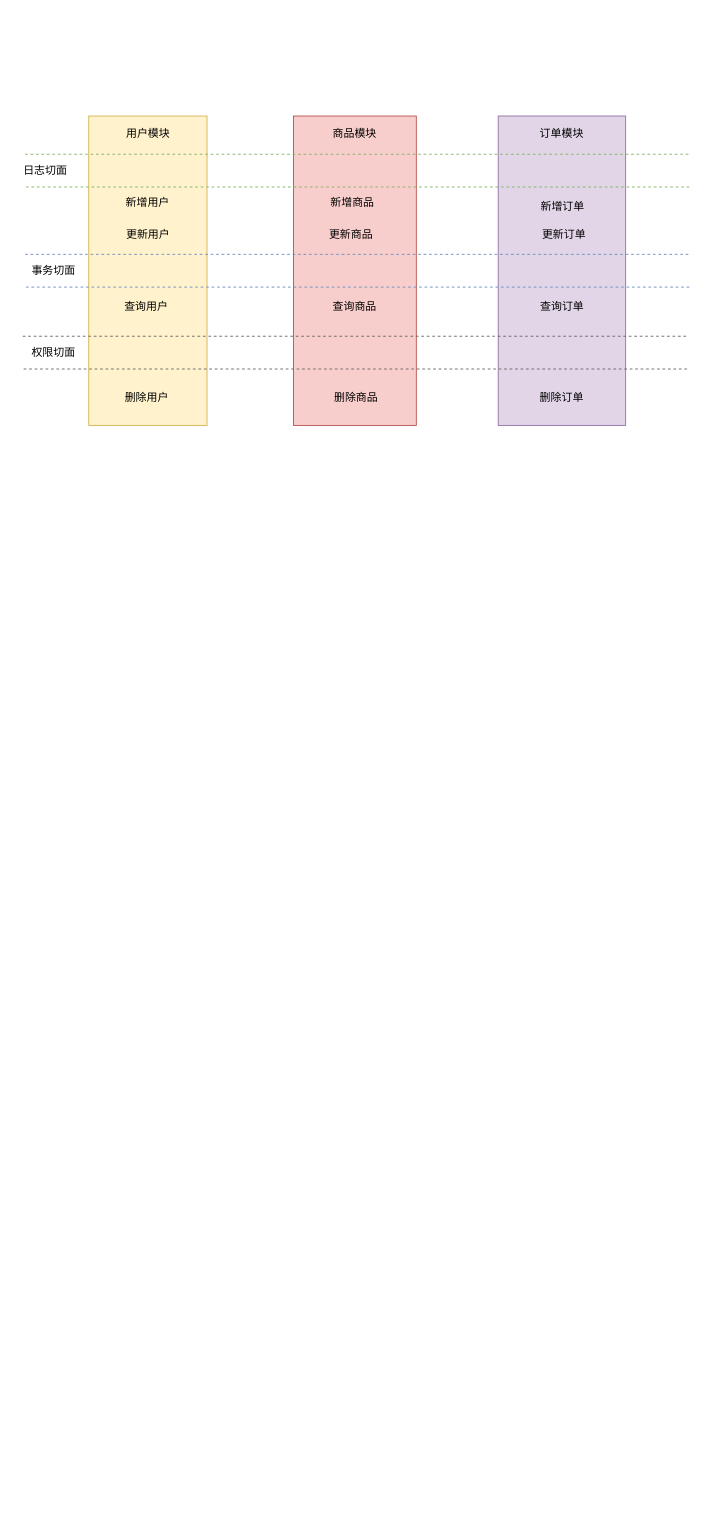
Before: Aop.drawio in chuzhonglingyan/draw-io, a draw.io diagram. Source tidied: cells renumbered, new cells numbered last; positions are measured from the earlier drawing's top-left corner, leaving out a move shared by most shapes. Both pictures are drawn from the tidied source at 91%, with x=0, y=0 at pixel (15, 116).
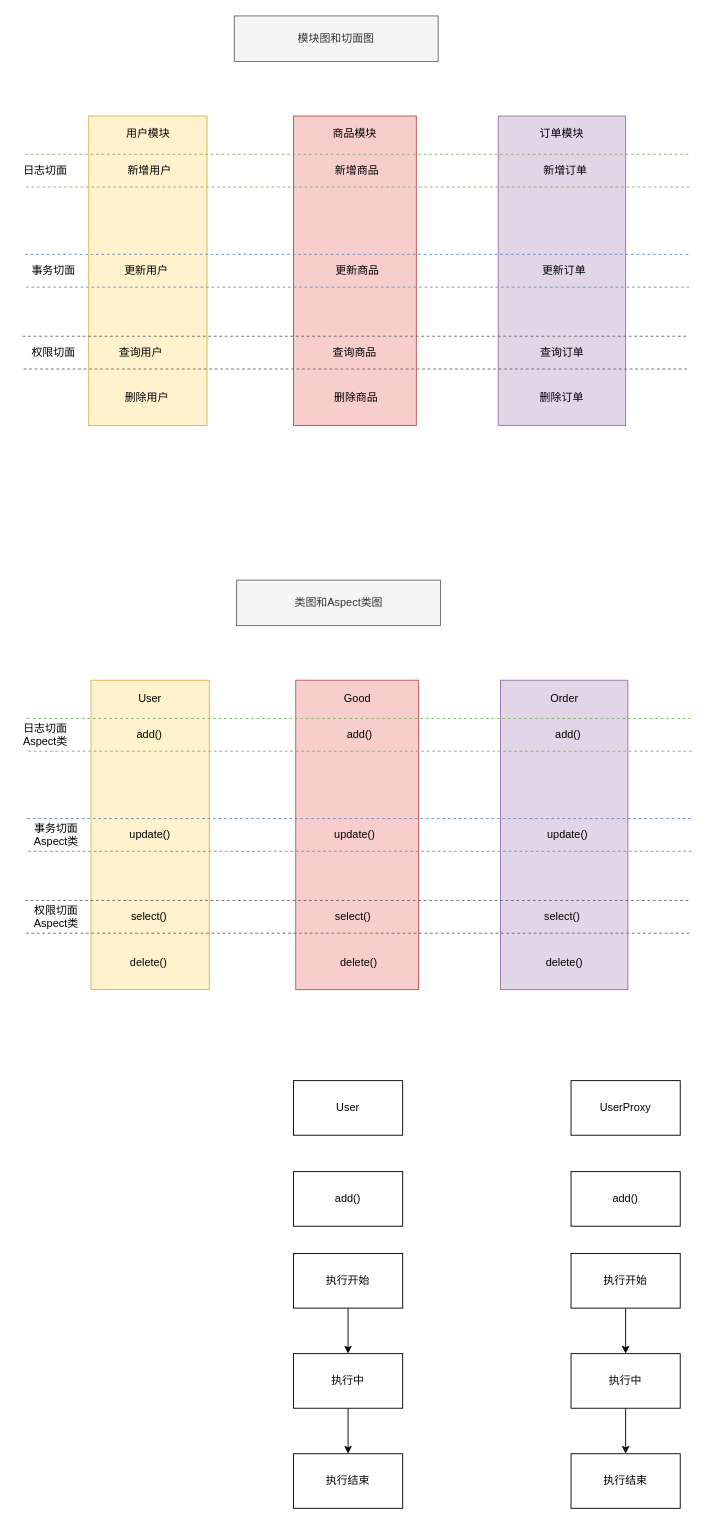
The same diagram, later.

Diff of the diagram source:
```diff
@@
     <mxCell id="14" value="新增用户" style="text;html=1;strokeColor=none;fillColor=none;align=center;verticalAlign=middle;whiteSpace=wrap;rounded=0;dashed=1;" parent="1" vertex="1">
-      <mxGeometry x="114" y="85" width="62" height="20" as="geometry" />
+      <mxGeometry x="115.5" y="50" width="62" height="20" as="geometry" />
     </mxCell>
     <mxCell id="15" value="更新用户" style="text;html=1;strokeColor=none;fillColor=none;align=center;verticalAlign=middle;whiteSpace=wrap;rounded=0;dashed=1;" parent="1" vertex="1">
-      <mxGeometry x="112.5" y="120" width="65" height="20" as="geometry" />
+      <mxGeometry x="111" y="160" width="65" height="20" as="geometry" />
     </mxCell>
     <mxCell id="16" value="查询用户" style="text;html=1;strokeColor=none;fillColor=none;align=center;verticalAlign=middle;whiteSpace=wrap;rounded=0;dashed=1;" parent="1" vertex="1">
-      <mxGeometry x="117" y="200" width="53" height="20" as="geometry" />
+      <mxGeometry x="111" y="250" width="53" height="20" as="geometry" />
     </mxCell>
@@
     <mxCell id="18" value="新增商品" style="text;html=1;strokeColor=none;fillColor=none;align=center;verticalAlign=middle;whiteSpace=wrap;rounded=0;dashed=1;" parent="1" vertex="1">
-      <mxGeometry x="339" y="85" width="62" height="20" as="geometry" />
+      <mxGeometry x="344" y="50" width="62" height="20" as="geometry" />
     </mxCell>
     <mxCell id="19" value="更新商品" style="text;html=1;strokeColor=none;fillColor=none;align=center;verticalAlign=middle;whiteSpace=wrap;rounded=0;dashed=1;" parent="1" vertex="1">
-      <mxGeometry x="336" y="120" width="65" height="20" as="geometry" />
+      <mxGeometry x="342.5" y="160" width="65" height="20" as="geometry" />
     </mxCell>
     <mxCell id="20" value="查询商品" style="text;html=1;strokeColor=none;fillColor=none;align=center;verticalAlign=middle;whiteSpace=wrap;rounded=0;dashed=1;" parent="1" vertex="1">
-      <mxGeometry x="346" y="200" width="53" height="20" as="geometry" />
+      <mxGeometry x="346" y="250" width="53" height="20" as="geometry" />
     </mxCell>
@@
     <mxCell id="22" value="新增订单" style="text;html=1;strokeColor=none;fillColor=none;align=center;verticalAlign=middle;whiteSpace=wrap;rounded=0;dashed=1;" parent="1" vertex="1">
-      <mxGeometry x="570" y="90" width="62" height="20" as="geometry" />
+      <mxGeometry x="573" y="50" width="62" height="20" as="geometry" />
     </mxCell>
     <mxCell id="23" value="更新订单" style="text;html=1;strokeColor=none;fillColor=none;align=center;verticalAlign=middle;whiteSpace=wrap;rounded=0;dashed=1;" parent="1" vertex="1">
-      <mxGeometry x="570" y="120" width="65" height="20" as="geometry" />
+      <mxGeometry x="570" y="160" width="65" height="20" as="geometry" />
     </mxCell>
     <mxCell id="24" value="查询订单" style="text;html=1;strokeColor=none;fillColor=none;align=center;verticalAlign=middle;whiteSpace=wrap;rounded=0;dashed=1;" parent="1" vertex="1">
-      <mxGeometry x="573.5" y="200" width="53" height="20" as="geometry" />
+      <mxGeometry x="573.5" y="250" width="53" height="20" as="geometry" />
     </mxCell>
@@
+    <mxCell id="26" value="模块图和切面图" style="rounded=0;whiteSpace=wrap;html=1;fillColor=#f5f5f5;strokeColor=#666666;fontColor=#333333;" parent="1" vertex="1">
+      <mxGeometry x="240" y="-110" width="224" height="50" as="geometry" />
+    </mxCell>
+    <mxCell id="27" style="rounded=0;whiteSpace=wrap;html=1;fillColor=#fff2cc;strokeColor=#d6b656;" parent="1" vertex="1">
+      <mxGeometry x="82.5" y="620" width="130" height="340" as="geometry" />
+    </mxCell>
+    <mxCell id="28" style="rounded=0;whiteSpace=wrap;html=1;fillColor=#f8cecc;strokeColor=#b85450;" parent="1" vertex="1">
+      <mxGeometry x="307.5" y="620" width="135" height="340" as="geometry" />
+    </mxCell>
+    <mxCell id="29" style="rounded=0;whiteSpace=wrap;html=1;fillColor=#e1d5e7;strokeColor=#9673a6;" parent="1" vertex="1">
+      <mxGeometry x="532.5" y="620" width="140" height="340" as="geometry" />
+    </mxCell>
+    <mxCell id="30" style="shape=link;html=1;width=36;dashed=1;fillColor=#d5e8d4;strokeColor=#82b366;" parent="1" edge="1">
+      <mxGeometry relative="1" as="geometry">
+        <mxPoint x="12.5" y="680" as="sourcePoint" />
+        <mxPoint x="742.5" y="680" as="targetPoint" />
+      </mxGeometry>
+    </mxCell>
+    <mxCell id="31" style="shape=link;html=1;width=36;dashed=1;fillColor=#dae8fc;strokeColor=#6c8ebf;" parent="1" edge="1">
+      <mxGeometry relative="1" as="geometry">
+        <mxPoint x="12.5" y="790" as="sourcePoint" />
+        <mxPoint x="742.5" y="790" as="targetPoint" />
+      </mxGeometry>
+    </mxCell>
+    <mxCell id="32" style="shape=link;html=1;width=36;dashed=1;fillColor=#f5f5f5;strokeColor=#666666;" parent="1" edge="1">
+      <mxGeometry relative="1" as="geometry">
+        <mxPoint x="10" y="880" as="sourcePoint" />
+        <mxPoint x="740" y="880" as="targetPoint" />
+      </mxGeometry>
+    </mxCell>
+    <mxCell id="33" value="日志切面Aspect类" style="text;html=1;strokeColor=none;fillColor=none;align=center;verticalAlign=middle;whiteSpace=wrap;rounded=0;dashed=1;" parent="1" vertex="1">
+      <mxGeometry y="670" width="65" height="20" as="geometry" />
+    </mxCell>
+    <mxCell id="34" value="&lt;div&gt;事务切面&lt;/div&gt;&lt;div&gt;Aspect类&lt;/div&gt;" style="text;html=1;strokeColor=none;fillColor=none;align=center;verticalAlign=middle;whiteSpace=wrap;rounded=0;dashed=1;" parent="1" vertex="1">
+      <mxGeometry x="15.5" y="780" width="57" height="20" as="geometry" />
+    </mxCell>
+    <mxCell id="35" value="&lt;div&gt;权限切面&lt;/div&gt;&lt;div&gt;Aspect类&lt;/div&gt;" style="text;html=1;strokeColor=none;fillColor=none;align=center;verticalAlign=middle;whiteSpace=wrap;rounded=0;dashed=1;" parent="1" vertex="1">
+      <mxGeometry x="15.5" y="870" width="57" height="20" as="geometry" />
+    </mxCell>
+    <mxCell id="36" value="User" style="text;html=1;strokeColor=none;fillColor=none;align=center;verticalAlign=middle;whiteSpace=wrap;rounded=0;dashed=1;" parent="1" vertex="1">
+      <mxGeometry x="120" y="630" width="55" height="20" as="geometry" />
+    </mxCell>
+    <mxCell id="37" value="Good" style="text;html=1;strokeColor=none;fillColor=none;align=center;verticalAlign=middle;whiteSpace=wrap;rounded=0;dashed=1;" parent="1" vertex="1">
+      <mxGeometry x="341.5" y="630" width="67" height="20" as="geometry" />
+    </mxCell>
+    <mxCell id="38" value="Order" style="text;html=1;strokeColor=none;fillColor=none;align=center;verticalAlign=middle;whiteSpace=wrap;rounded=0;dashed=1;" parent="1" vertex="1">
+      <mxGeometry x="572.5" y="630" width="60" height="20" as="geometry" />
+    </mxCell>
+    <mxCell id="39" value="add()" style="text;html=1;strokeColor=none;fillColor=none;align=center;verticalAlign=middle;whiteSpace=wrap;rounded=0;dashed=1;" parent="1" vertex="1">
+      <mxGeometry x="115.5" y="670" width="62" height="20" as="geometry" />
+    </mxCell>
+    <mxCell id="40" value="update()" style="text;html=1;strokeColor=none;fillColor=none;align=center;verticalAlign=middle;whiteSpace=wrap;rounded=0;dashed=1;" parent="1" vertex="1">
+      <mxGeometry x="115" y="780" width="65" height="20" as="geometry" />
+    </mxCell>
+    <mxCell id="41" value="select()" style="text;html=1;strokeColor=none;fillColor=none;align=center;verticalAlign=middle;whiteSpace=wrap;rounded=0;dashed=1;" parent="1" vertex="1">
+      <mxGeometry x="119.5" y="870" width="53" height="20" as="geometry" />
+    </mxCell>
+    <mxCell id="42" value="delete()" style="text;html=1;strokeColor=none;fillColor=none;align=center;verticalAlign=middle;whiteSpace=wrap;rounded=0;dashed=1;" parent="1" vertex="1">
+      <mxGeometry x="105" y="920" width="82" height="20" as="geometry" />
+    </mxCell>
+    <mxCell id="43" value="add()" style="text;html=1;strokeColor=none;fillColor=none;align=center;verticalAlign=middle;whiteSpace=wrap;rounded=0;dashed=1;" parent="1" vertex="1">
+      <mxGeometry x="346.5" y="670" width="62" height="20" as="geometry" />
+    </mxCell>
+    <mxCell id="44" value="update()" style="text;html=1;strokeColor=none;fillColor=none;align=center;verticalAlign=middle;whiteSpace=wrap;rounded=0;dashed=1;" parent="1" vertex="1">
+      <mxGeometry x="340" y="780" width="65" height="20" as="geometry" />
+    </mxCell>
+    <mxCell id="45" value="select()" style="text;html=1;strokeColor=none;fillColor=none;align=center;verticalAlign=middle;whiteSpace=wrap;rounded=0;dashed=1;" parent="1" vertex="1">
+      <mxGeometry x="343.5" y="870" width="53" height="20" as="geometry" />
+    </mxCell>
+    <mxCell id="46" value="delete()" style="text;html=1;strokeColor=none;fillColor=none;align=center;verticalAlign=middle;whiteSpace=wrap;rounded=0;dashed=1;" parent="1" vertex="1">
+      <mxGeometry x="335.5" y="920" width="82" height="20" as="geometry" />
+    </mxCell>
+    <mxCell id="47" value="add()" style="text;html=1;strokeColor=none;fillColor=none;align=center;verticalAlign=middle;whiteSpace=wrap;rounded=0;dashed=1;" parent="1" vertex="1">
+      <mxGeometry x="576" y="670" width="62" height="20" as="geometry" />
+    </mxCell>
+    <mxCell id="48" value="update()" style="text;html=1;strokeColor=none;fillColor=none;align=center;verticalAlign=middle;whiteSpace=wrap;rounded=0;dashed=1;" parent="1" vertex="1">
+      <mxGeometry x="573.5" y="780" width="65" height="20" as="geometry" />
+    </mxCell>
+    <mxCell id="49" value="select()" style="text;html=1;strokeColor=none;fillColor=none;align=center;verticalAlign=middle;whiteSpace=wrap;rounded=0;dashed=1;" parent="1" vertex="1">
+      <mxGeometry x="573.5" y="870" width="53" height="20" as="geometry" />
+    </mxCell>
+    <mxCell id="50" value="delete()" style="text;html=1;strokeColor=none;fillColor=none;align=center;verticalAlign=middle;whiteSpace=wrap;rounded=0;dashed=1;" parent="1" vertex="1">
+      <mxGeometry x="561.5" y="920" width="82" height="20" as="geometry" />
+    </mxCell>
+    <mxCell id="51" value="类图和Aspect类图" style="rounded=0;whiteSpace=wrap;html=1;fillColor=#f5f5f5;strokeColor=#666666;fontColor=#333333;" parent="1" vertex="1">
+      <mxGeometry x="242.5" y="510" width="224" height="50" as="geometry" />
+    </mxCell>
+    <mxCell id="52" value="add()" style="rounded=0;whiteSpace=wrap;html=1;" parent="1" vertex="1">
+      <mxGeometry x="305" y="1160" width="120" height="60" as="geometry" />
+    </mxCell>
+    <mxCell id="53" style="edgeStyle=orthogonalEdgeStyle;rounded=0;jettySize=auto;html=1;" parent="1" edge="1" source="54" target="56">
+      <mxGeometry relative="1" as="geometry" />
+    </mxCell>
+    <mxCell id="54" value="执行开始" style="rounded=0;whiteSpace=wrap;html=1;" parent="1" vertex="1">
+      <mxGeometry x="305" y="1250" width="120" height="60" as="geometry" />
+    </mxCell>
+    <mxCell id="55" style="edgeStyle=orthogonalEdgeStyle;rounded=0;jettySize=auto;html=1;" parent="1" edge="1" source="56" target="57">
+      <mxGeometry relative="1" as="geometry" />
+    </mxCell>
+    <mxCell id="56" value="执行中" style="rounded=0;whiteSpace=wrap;html=1;" parent="1" vertex="1">
+      <mxGeometry x="305" y="1360" width="120" height="60" as="geometry" />
+    </mxCell>
+    <mxCell id="57" value="执行结束" style="rounded=0;whiteSpace=wrap;html=1;" parent="1" vertex="1">
+      <mxGeometry x="305" y="1470" width="120" height="60" as="geometry" />
+    </mxCell>
+    <mxCell id="58" value="User" style="rounded=0;whiteSpace=wrap;html=1;" parent="1" vertex="1">
+      <mxGeometry x="305" y="1060" width="120" height="60" as="geometry" />
+    </mxCell>
+    <mxCell id="59" value="add()" style="rounded=0;whiteSpace=wrap;html=1;" parent="1" vertex="1">
+      <mxGeometry x="610" y="1160" width="120" height="60" as="geometry" />
+    </mxCell>
+    <mxCell id="60" style="edgeStyle=orthogonalEdgeStyle;rounded=0;jettySize=auto;html=1;" parent="1" edge="1" source="61" target="63">
+      <mxGeometry relative="1" as="geometry" />
+    </mxCell>
+    <mxCell id="61" value="执行开始" style="rounded=0;whiteSpace=wrap;html=1;" parent="1" vertex="1">
+      <mxGeometry x="610" y="1250" width="120" height="60" as="geometry" />
+    </mxCell>
+    <mxCell id="62" style="edgeStyle=orthogonalEdgeStyle;rounded=0;jettySize=auto;html=1;" parent="1" edge="1" source="63" target="64">
+      <mxGeometry relative="1" as="geometry" />
+    </mxCell>
+    <mxCell id="63" value="执行中" style="rounded=0;whiteSpace=wrap;html=1;" parent="1" vertex="1">
+      <mxGeometry x="610" y="1360" width="120" height="60" as="geometry" />
+    </mxCell>
+    <mxCell id="64" value="执行结束" style="rounded=0;whiteSpace=wrap;html=1;" parent="1" vertex="1">
+      <mxGeometry x="610" y="1470" width="120" height="60" as="geometry" />
+    </mxCell>
+    <mxCell id="65" value="UserProxy" style="rounded=0;whiteSpace=wrap;html=1;" parent="1" vertex="1">
+      <mxGeometry x="610" y="1060" width="120" height="60" as="geometry" />
+    </mxCell>
```
